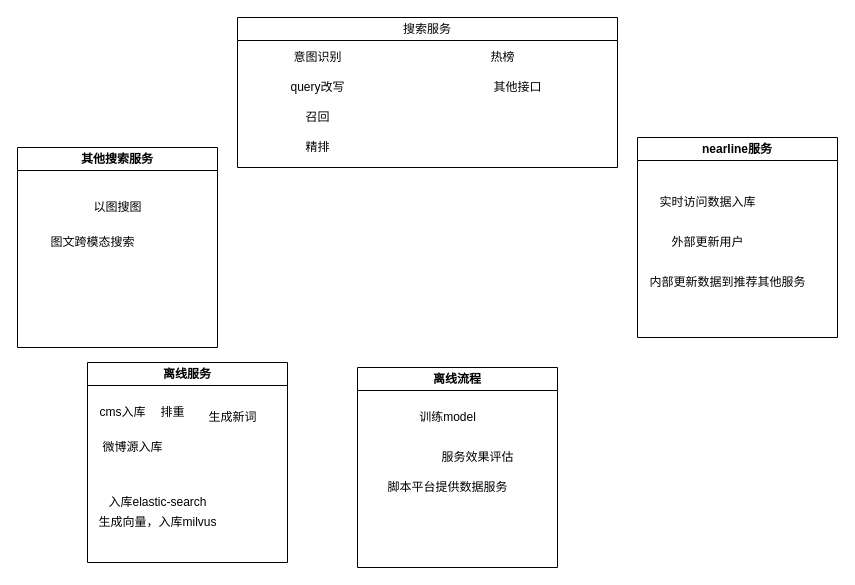
Above: draws/search_diagram.drawio in neoxue/simple-tools (draw.io), before the change. Source tidied: cells renumbered, new cells numbered last; positions are measured from the earlier drawing's top-left corner, leaving out a move shared by most shapes. Both pictures are drawn from the tidied source at 100%, with x=0, y=0 at pixel (17, 17).
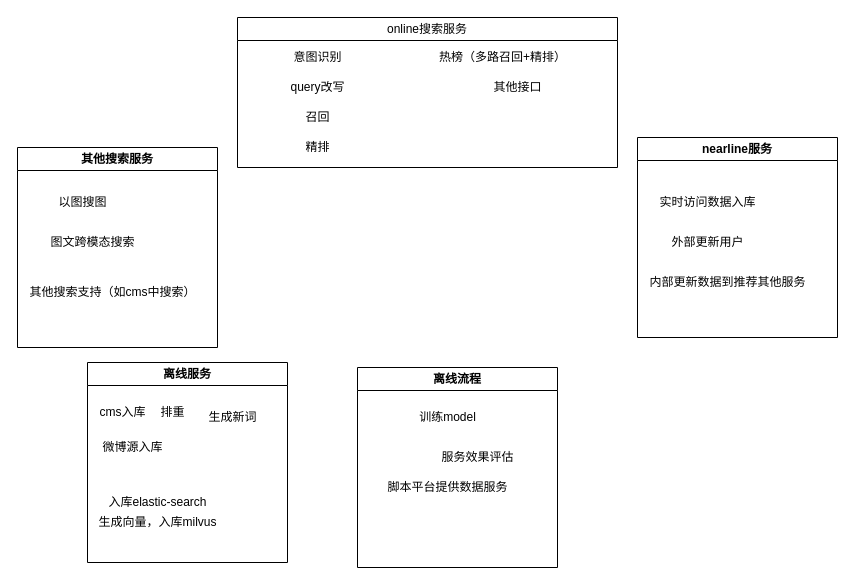
Above is the later version.

The change refers to these unchanged cells:
```xml
<mxCell id="21" value="其他搜索服务" style="swimlane;whiteSpace=wrap;html=1;" parent="1" vertex="1">
  <mxGeometry y="130" width="200" height="200" as="geometry" />
</mxCell>
```

Diff of the diagram source:
```diff
@@
-    <mxCell id="2" value="&lt;div style=&quot;text-align: left;&quot;&gt;&lt;span style=&quot;font-weight: 400;&quot;&gt;搜索服务&lt;/span&gt;&lt;/div&gt;" style="swimlane;whiteSpace=wrap;html=1;" parent="1" vertex="1">
+    <mxCell id="2" value="&lt;div style=&quot;text-align: left;&quot;&gt;&lt;span style=&quot;font-weight: 400;&quot;&gt;online搜索服务&lt;/span&gt;&lt;/div&gt;" style="swimlane;whiteSpace=wrap;html=1;" parent="1" vertex="1">
       <mxGeometry x="220" width="380" height="150" as="geometry" />
     </mxCell>
@@
-    <mxCell id="7" value="&lt;span style=&quot;text-align: left;&quot;&gt;热榜&lt;/span&gt;" style="text;html=1;align=center;verticalAlign=middle;strokeColor=none;fillColor=none;" parent="2" vertex="1">
-      <mxGeometry x="240" y="25" width="50" height="30" as="geometry" />
+    <mxCell id="7" value="&lt;span style=&quot;text-align: left;&quot;&gt;热榜（多路召回+精排）&lt;/span&gt;" style="text;html=1;align=center;verticalAlign=middle;strokeColor=none;fillColor=none;" parent="2" vertex="1">
+      <mxGeometry x="190" y="25" width="150" height="30" as="geometry" />
     </mxCell>
@@
+    <mxCell id="25" value="以图搜图" style="text;html=1;align=center;verticalAlign=middle;strokeColor=none;fillColor=none;" parent="21" vertex="1">
+      <mxGeometry x="30" y="40" width="70" height="30" as="geometry" />
+    </mxCell>
+    <mxCell id="27" value="其他搜索支持（如cms中搜索）" style="text;html=1;align=center;verticalAlign=middle;strokeColor=none;fillColor=none;" parent="21" vertex="1">
+      <mxGeometry y="130" width="190" height="30" as="geometry" />
+    </mxCell>
@@
-    <mxCell id="25" value="以图搜图" style="text;html=1;align=center;verticalAlign=middle;strokeColor=none;fillColor=none;" parent="1" vertex="1">
-      <mxGeometry x="65" y="175" width="70" height="30" as="geometry" />
-    </mxCell>
```
